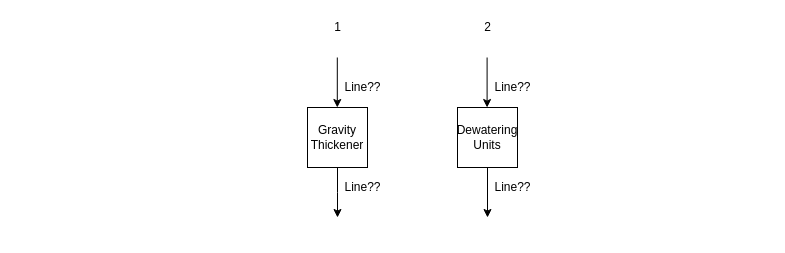
aycatoksoy/MBSludgeLine keeps this draw.io diagram as Unit1.drawio. Above is the earlier version. Source tidied: cells renumbered, new cells numbered last; positions are measured from the earlier drawing's top-left corner, leaving out a move shared by most shapes. Both pictures are drawn from the tidied source at 100%, with x=0, y=0 at pixel (307, 17).
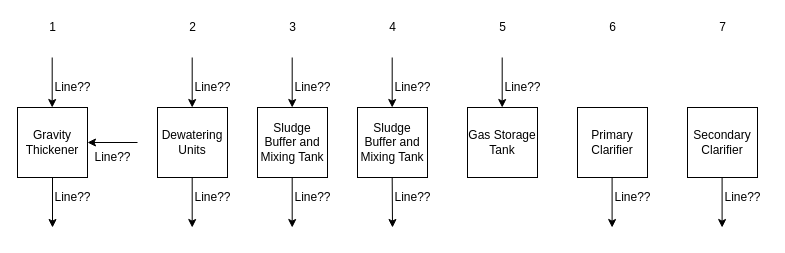
Above is the later version.

What changed in the source:
```diff
@@
-    <mxCell id="2" style="edgeStyle=orthogonalEdgeStyle;rounded=0;jettySize=auto;html=1;" parent="1" edge="1" source="3">
+    <mxCell id="2" style="edgeStyle=orthogonalEdgeStyle;rounded=0;jettySize=auto;html=1;exitX=0.5;exitY=1;exitDx=0;exitDy=0;" parent="1" edge="1" source="3">
       <mxGeometry relative="1" as="geometry">
-        <mxPoint x="30" y="200" as="targetPoint" />
+        <mxPoint x="-255" y="210" as="targetPoint" />
+        <Array as="points">
+          <mxPoint x="-255" y="210" />
+        </Array>
       </mxGeometry>
     </mxCell>
     <mxCell id="3" value="Gravity Thickener" style="whiteSpace=wrap;html=1;" parent="1" vertex="1">
-      <mxGeometry y="90" width="60" height="60" as="geometry" />
+      <mxGeometry x="-290" y="90" width="70" height="70" as="geometry" />
     </mxCell>
     <mxCell id="4" style="endArrow=classic;html=1;rounded=0;exitX=0.75;exitY=1;exitDx=0;exitDy=0;" parent="1" edge="1">
       <mxGeometry relative="1" as="geometry">
-        <mxPoint x="29.8" y="40" as="sourcePoint" />
-        <mxPoint x="29.8" y="90" as="targetPoint" />
+        <mxPoint x="-255.3" y="40" as="sourcePoint" />
+        <mxPoint x="-255.3" y="90" as="targetPoint" />
       </mxGeometry>
     </mxCell>
     <mxCell id="5" value="Line??" style="text;html=1;align=center;verticalAlign=middle;strokeColor=none;fillColor=none;" parent="1" vertex="1">
-      <mxGeometry x="30" y="60" width="50" height="20" as="geometry" />
+      <mxGeometry x="-260" y="60" width="50" height="20" as="geometry" />
     </mxCell>
     <mxCell id="6" value="Line??" style="text;html=1;align=center;verticalAlign=middle;strokeColor=none;fillColor=none;" parent="1" vertex="1">
-      <mxGeometry x="30" y="160" width="50" height="20" as="geometry" />
+      <mxGeometry x="-260" y="170" width="50" height="20" as="geometry" />
     </mxCell>
     <mxCell id="7" value="Dewatering Units" style="whiteSpace=wrap;html=1;" parent="1" vertex="1">
-      <mxGeometry x="150" y="90" width="60" height="60" as="geometry" />
+      <mxGeometry x="-150" y="90" width="70" height="70" as="geometry" />
     </mxCell>
-    <mxCell id="8" style="endArrow=classic;html=1;rounded=0;exitX=0.75;exitY=1;exitDx=0;exitDy=0;" parent="1" edge="1">
-      <mxGeometry relative="1" as="geometry">
-        <mxPoint x="179.6" y="40" as="sourcePoint" />
-        <mxPoint x="179.6" y="90" as="targetPoint" />
-      </mxGeometry>
-    </mxCell>
-    <mxCell id="9" value="Line??" style="text;html=1;align=center;verticalAlign=middle;strokeColor=none;fillColor=none;" parent="1" vertex="1">
-      <mxGeometry x="180" y="60" width="50" height="20" as="geometry" />
-    </mxCell>
     <mxCell id="10" value="Line??" style="text;html=1;align=center;verticalAlign=middle;strokeColor=none;fillColor=none;" parent="1" vertex="1">
-      <mxGeometry x="180" y="160" width="50" height="20" as="geometry" />
+      <mxGeometry x="-120" y="170" width="50" height="20" as="geometry" />
     </mxCell>
-    <mxCell id="11" style="endArrow=classic;html=1;rounded=0;exitX=0.75;exitY=1;exitDx=0;exitDy=0;" parent="1" edge="1">
+    <mxCell id="11" style="endArrow=classic;html=1;rounded=0;" parent="1" edge="1">
       <mxGeometry relative="1" as="geometry">
-        <mxPoint x="180" y="150" as="sourcePoint" />
-        <mxPoint x="180" y="200" as="targetPoint" />
+        <mxPoint x="-115.3" y="160" as="sourcePoint" />
+        <mxPoint x="-115.3" y="210" as="targetPoint" />
       </mxGeometry>
     </mxCell>
     <mxCell id="12" value="1" style="text;html=1;align=center;verticalAlign=middle;strokeColor=none;fillColor=none;" parent="1" vertex="1">
-      <mxGeometry x="20" width="20" height="20" as="geometry" />
+      <mxGeometry x="-265" width="20" height="20" as="geometry" />
     </mxCell>
     <mxCell id="13" value="2&lt;br&gt;" style="text;html=1;align=center;verticalAlign=middle;strokeColor=none;fillColor=none;" parent="1" vertex="1">
-      <mxGeometry x="170" width="20" height="20" as="geometry" />
+      <mxGeometry x="-125" width="20" height="20" as="geometry" />
     </mxCell>
+    <mxCell id="14" value="Sludge Buffer and Mixing Tank" style="whiteSpace=wrap;html=1;" parent="1" vertex="1">
+      <mxGeometry x="-50" y="90" width="70" height="70" as="geometry" />
+    </mxCell>
+    <mxCell id="15" value="Line??" style="text;html=1;align=center;verticalAlign=middle;strokeColor=none;fillColor=none;" parent="1" vertex="1">
+      <mxGeometry x="-20" y="170" width="50" height="20" as="geometry" />
+    </mxCell>
+    <mxCell id="16" value="Line??" style="text;html=1;align=center;verticalAlign=middle;strokeColor=none;fillColor=none;" parent="1" vertex="1">
+      <mxGeometry x="-20" y="60" width="50" height="20" as="geometry" />
+    </mxCell>
+    <mxCell id="17" style="endArrow=classic;html=1;rounded=0;exitX=0.75;exitY=1;exitDx=0;exitDy=0;" parent="1" edge="1">
+      <mxGeometry relative="1" as="geometry">
+        <mxPoint x="-15.3" y="40" as="sourcePoint" />
+        <mxPoint x="-15.3" y="90" as="targetPoint" />
+      </mxGeometry>
+    </mxCell>
+    <mxCell id="18" value="3&lt;br&gt;" style="text;html=1;align=center;verticalAlign=middle;strokeColor=none;fillColor=none;" parent="1" vertex="1">
+      <mxGeometry x="-25" width="20" height="20" as="geometry" />
+    </mxCell>
+    <mxCell id="19" style="endArrow=classic;html=1;rounded=0;exitX=0.75;exitY=1;exitDx=0;exitDy=0;" parent="1" edge="1">
+      <mxGeometry relative="1" as="geometry">
+        <mxPoint x="84.7" y="40" as="sourcePoint" />
+        <mxPoint x="84.7" y="90" as="targetPoint" />
+      </mxGeometry>
+    </mxCell>
+    <mxCell id="20" value="Sludge Buffer and Mixing Tank" style="whiteSpace=wrap;html=1;" parent="1" vertex="1">
+      <mxGeometry x="50" y="90" width="70" height="70" as="geometry" />
+    </mxCell>
+    <mxCell id="21" style="endArrow=classic;html=1;rounded=0;exitX=0.75;exitY=1;exitDx=0;exitDy=0;" parent="1" edge="1">
+      <mxGeometry relative="1" as="geometry">
+        <mxPoint x="84.7" y="160" as="sourcePoint" />
+        <mxPoint x="85" y="210" as="targetPoint" />
+      </mxGeometry>
+    </mxCell>
+    <mxCell id="22" value="Line??" style="text;html=1;align=center;verticalAlign=middle;strokeColor=none;fillColor=none;" parent="1" vertex="1">
+      <mxGeometry x="80" y="60" width="50" height="20" as="geometry" />
+    </mxCell>
+    <mxCell id="23" style="endArrow=classic;html=1;rounded=0;" parent="1" edge="1">
+      <mxGeometry relative="1" as="geometry">
+        <mxPoint x="-15.3" y="160" as="sourcePoint" />
+        <mxPoint x="-15.3" y="210" as="targetPoint" />
+      </mxGeometry>
+    </mxCell>
+    <mxCell id="24" style="endArrow=classic;html=1;rounded=0;exitX=0.75;exitY=1;exitDx=0;exitDy=0;" parent="1" edge="1">
+      <mxGeometry relative="1" as="geometry">
+        <mxPoint x="-115.3" y="40" as="sourcePoint" />
+        <mxPoint x="-115.3" y="90" as="targetPoint" />
+      </mxGeometry>
+    </mxCell>
+    <mxCell id="25" value="Line??" style="text;html=1;align=center;verticalAlign=middle;strokeColor=none;fillColor=none;" parent="1" vertex="1">
+      <mxGeometry x="80" y="170" width="50" height="20" as="geometry" />
+    </mxCell>
+    <mxCell id="26" value="Line??" style="text;html=1;align=center;verticalAlign=middle;strokeColor=none;fillColor=none;" parent="1" vertex="1">
+      <mxGeometry x="-120" y="60" width="50" height="20" as="geometry" />
+    </mxCell>
+    <mxCell id="27" value="4&lt;br&gt;" style="text;html=1;align=center;verticalAlign=middle;strokeColor=none;fillColor=none;" parent="1" vertex="1">
+      <mxGeometry x="75" width="20" height="20" as="geometry" />
+    </mxCell>
+    <mxCell id="28" style="endArrow=classic;html=1;rounded=0;exitX=0.75;exitY=1;exitDx=0;exitDy=0;" parent="1" edge="1">
+      <mxGeometry relative="1" as="geometry">
+        <mxPoint x="194.7" y="40" as="sourcePoint" />
+        <mxPoint x="194.7" y="90" as="targetPoint" />
+      </mxGeometry>
+    </mxCell>
+    <mxCell id="29" value="Line??" style="text;html=1;align=center;verticalAlign=middle;strokeColor=none;fillColor=none;" parent="1" vertex="1">
+      <mxGeometry x="190" y="60" width="50" height="20" as="geometry" />
+    </mxCell>
+    <mxCell id="30" value="5&lt;br&gt;" style="text;html=1;align=center;verticalAlign=middle;strokeColor=none;fillColor=none;" parent="1" vertex="1">
+      <mxGeometry x="185" width="20" height="20" as="geometry" />
+    </mxCell>
+    <mxCell id="31" value="Gas Storage Tank" style="whiteSpace=wrap;html=1;" parent="1" vertex="1">
+      <mxGeometry x="160" y="90" width="70" height="70" as="geometry" />
+    </mxCell>
+    <mxCell id="32" style="endArrow=classic;html=1;rounded=0;entryX=1;entryY=0.5;entryDx=0;entryDy=0;" parent="1" edge="1" target="3">
+      <mxGeometry relative="1" as="geometry">
+        <mxPoint x="-170" y="125" as="sourcePoint" />
+      </mxGeometry>
+    </mxCell>
+    <mxCell id="33" value="Line??" style="text;html=1;align=center;verticalAlign=middle;strokeColor=none;fillColor=none;" parent="1" vertex="1">
+      <mxGeometry x="-220" y="130" width="50" height="20" as="geometry" />
+    </mxCell>
+    <mxCell id="34" style="endArrow=classic;html=1;rounded=0;exitX=0.75;exitY=1;exitDx=0;exitDy=0;" parent="1" edge="1">
+      <mxGeometry relative="1" as="geometry">
+        <mxPoint x="304.6" y="160" as="sourcePoint" />
+        <mxPoint x="304.6" y="210" as="targetPoint" />
+      </mxGeometry>
+    </mxCell>
+    <mxCell id="35" value="Line??" style="text;html=1;align=center;verticalAlign=middle;strokeColor=none;fillColor=none;" parent="1" vertex="1">
+      <mxGeometry x="300" y="170" width="50" height="20" as="geometry" />
+    </mxCell>
+    <mxCell id="36" value="6" style="text;html=1;align=center;verticalAlign=middle;strokeColor=none;fillColor=none;" parent="1" vertex="1">
+      <mxGeometry x="295" width="20" height="20" as="geometry" />
+    </mxCell>
+    <mxCell id="37" value="Primary Clarifier" style="whiteSpace=wrap;html=1;" parent="1" vertex="1">
+      <mxGeometry x="270" y="90" width="70" height="70" as="geometry" />
+    </mxCell>
+    <mxCell id="38" style="endArrow=classic;html=1;rounded=0;exitX=0.75;exitY=1;exitDx=0;exitDy=0;" parent="1" edge="1">
+      <mxGeometry relative="1" as="geometry">
+        <mxPoint x="414.6" y="160" as="sourcePoint" />
+        <mxPoint x="414.6" y="210" as="targetPoint" />
+      </mxGeometry>
+    </mxCell>
+    <mxCell id="39" value="Line??" style="text;html=1;align=center;verticalAlign=middle;strokeColor=none;fillColor=none;" parent="1" vertex="1">
+      <mxGeometry x="410" y="170" width="50" height="20" as="geometry" />
+    </mxCell>
+    <mxCell id="40" value="7" style="text;html=1;align=center;verticalAlign=middle;strokeColor=none;fillColor=none;" parent="1" vertex="1">
+      <mxGeometry x="405" width="20" height="20" as="geometry" />
+    </mxCell>
+    <mxCell id="41" value="Secondary Clarifier" style="whiteSpace=wrap;html=1;" parent="1" vertex="1">
+      <mxGeometry x="380" y="90" width="70" height="70" as="geometry" />
+    </mxCell>
```
